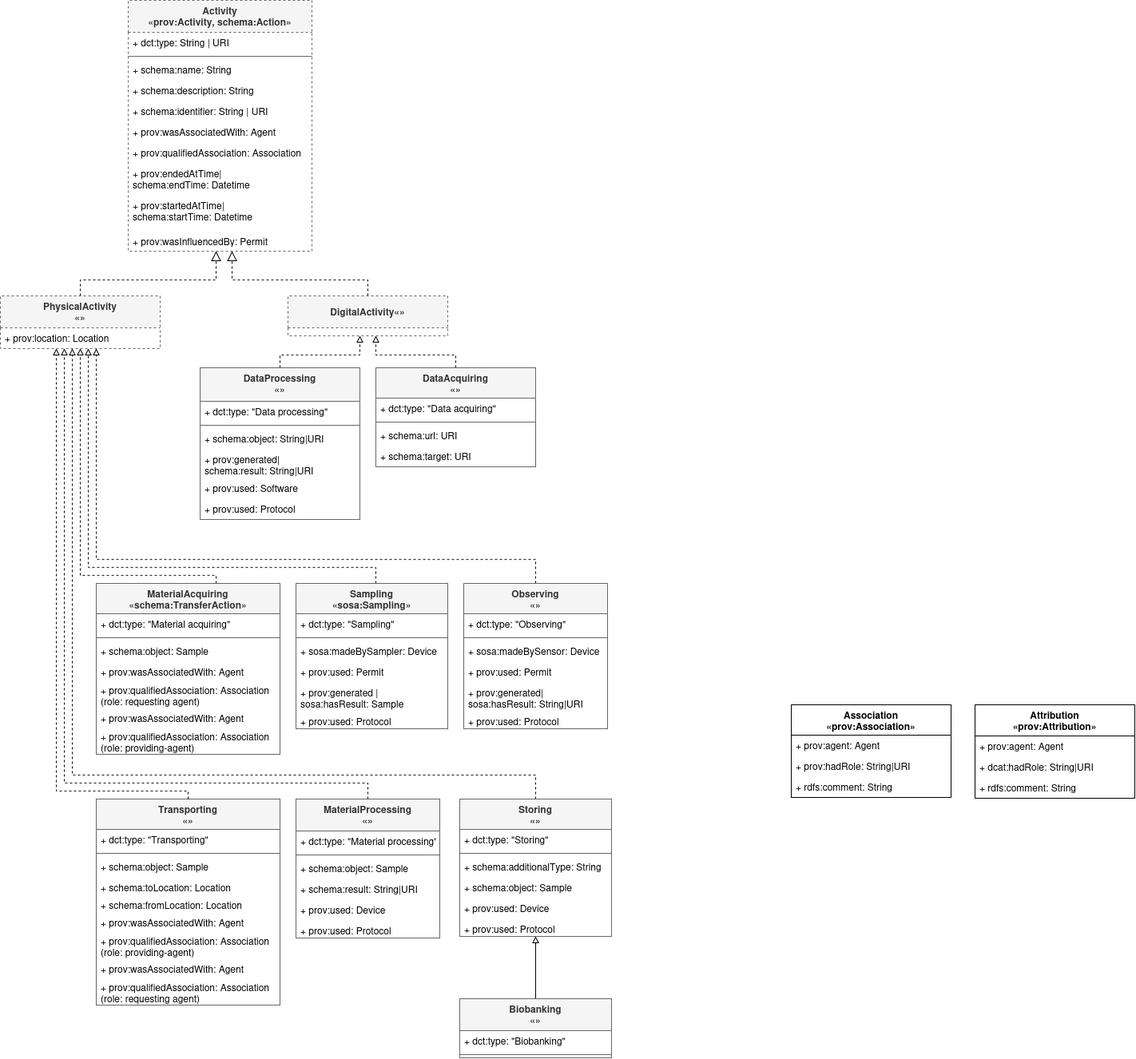
vliz-be-opsci/embrc-prov-model keeps this draw.io diagram as implementations/RDF/diagrams/activities_classes_RDFimplementation.png. Above is the earlier version. Source tidied: cells renumbered, new cells last; positions are measured from the earlier drawing's top-left corner, leaving out a move shared by most shapes.
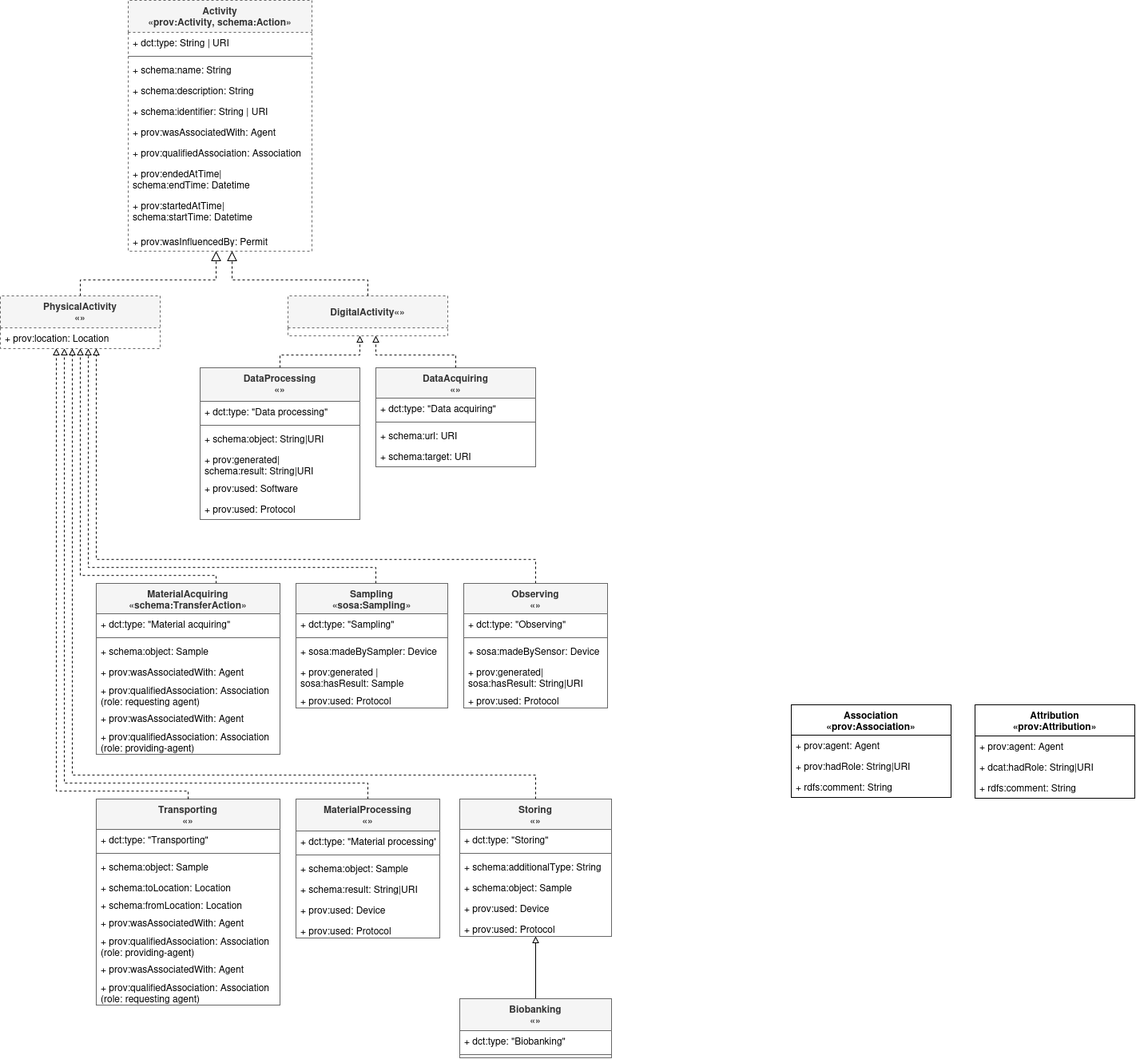
After the commit.

Commit message:
update RDF implementation activities diagram

Diff of the diagram source:
```diff
@@ -237,7 +237,7 @@
       </mxGeometry>
     </mxCell>
     <mxCell id="65" value="Sampling&#10;«sosa:Sampling»" style="swimlane;fontStyle=1;align=center;verticalAlign=top;horizontal=1;startSize=38;fillColor=#f5f5f5;fontColor=#333333;strokeColor=#666666;" parent="1" vertex="1">
-      <mxGeometry x="370" y="730" width="190" height="182" as="geometry" />
+      <mxGeometry x="370" y="730" width="190" height="156" as="geometry" />
     </mxCell>
     <mxCell id="66" value="+ dct:type: &quot;Sampling&quot;" style="text;strokeColor=none;fillColor=none;align=left;verticalAlign=top;spacingLeft=4;spacingRight=4;overflow=hidden;" parent="65" vertex="1">
       <mxGeometry y="38" width="190" height="26" as="geometry" />
@@ -248,14 +248,11 @@
     <mxCell id="68" value="+ sosa:madeBySampler: Device" style="text;strokeColor=none;fillColor=none;align=left;verticalAlign=top;spacingLeft=4;spacingRight=4;overflow=hidden;fillStyle=zigzag-line;" parent="65" vertex="1">
       <mxGeometry y="72" width="190" height="26" as="geometry" />
     </mxCell>
-    <mxCell id="69" value="+ prov:used: Permit" style="text;strokeColor=none;fillColor=none;align=left;verticalAlign=top;spacingLeft=4;spacingRight=4;overflow=hidden;fillStyle=zigzag-line;" parent="65" vertex="1">
-      <mxGeometry y="98" width="190" height="26" as="geometry" />
-    </mxCell>
     <mxCell id="70" value="+ prov:generated |&#10;sosa:hasResult: Sample" style="text;strokeColor=none;fillColor=none;align=left;verticalAlign=top;spacingLeft=4;spacingRight=4;overflow=hidden;fillStyle=zigzag-line;" parent="65" vertex="1">
-      <mxGeometry y="124" width="190" height="36" as="geometry" />
+      <mxGeometry y="98" width="190" height="36" as="geometry" />
     </mxCell>
     <mxCell id="71" value="+ prov:used: Protocol" style="text;strokeColor=none;fillColor=none;align=left;verticalAlign=top;spacingLeft=4;spacingRight=4;overflow=hidden;" parent="65" vertex="1">
-      <mxGeometry y="160" width="190" height="22" as="geometry" />
+      <mxGeometry y="134" width="190" height="22" as="geometry" />
     </mxCell>
     <mxCell id="72" value="MaterialAcquiring&#10;«schema:TransferAction»" style="swimlane;fontStyle=1;align=center;verticalAlign=top;horizontal=1;startSize=38;fillColor=#f5f5f5;fontColor=#333333;strokeColor=#666666;" parent="1" vertex="1">
       <mxGeometry x="120" y="730" width="230" height="214" as="geometry" />
@@ -282,7 +279,7 @@
       <mxGeometry y="178" width="230" height="36" as="geometry" />
     </mxCell>
     <mxCell id="80" value="Observing&#10;«»" style="swimlane;fontStyle=1;align=center;verticalAlign=top;horizontal=1;startSize=38;fillColor=#f5f5f5;fontColor=#333333;strokeColor=#666666;" parent="1" vertex="1">
-      <mxGeometry x="580" y="730" width="180" height="182" as="geometry" />
+      <mxGeometry x="580" y="730" width="180" height="156" as="geometry" />
     </mxCell>
     <mxCell id="81" value="+ dct:type: &quot;Observing&quot;" style="text;strokeColor=none;fillColor=none;align=left;verticalAlign=top;spacingLeft=4;spacingRight=4;overflow=hidden;" parent="80" vertex="1">
       <mxGeometry y="38" width="180" height="26" as="geometry" />
@@ -293,14 +290,11 @@
     <mxCell id="83" value="+ sosa:madeBySensor: Device" style="text;strokeColor=none;fillColor=none;align=left;verticalAlign=top;spacingLeft=4;spacingRight=4;overflow=hidden;fillStyle=zigzag-line;" parent="80" vertex="1">
       <mxGeometry y="72" width="180" height="26" as="geometry" />
     </mxCell>
-    <mxCell id="84" value="+ prov:used: Permit" style="text;strokeColor=none;fillColor=none;align=left;verticalAlign=top;spacingLeft=4;spacingRight=4;overflow=hidden;fillStyle=zigzag-line;" parent="80" vertex="1">
-      <mxGeometry y="98" width="180" height="26" as="geometry" />
-    </mxCell>
     <mxCell id="85" value="+ prov:generated|&#10;sosa:hasResult: String|URI" style="text;strokeColor=none;fillColor=none;align=left;verticalAlign=top;spacingLeft=4;spacingRight=4;overflow=hidden;fillStyle=zigzag-line;" parent="80" vertex="1">
-      <mxGeometry y="124" width="180" height="36" as="geometry" />
+      <mxGeometry y="98" width="180" height="36" as="geometry" />
     </mxCell>
     <mxCell id="86" value="+ prov:used: Protocol" style="text;strokeColor=none;fillColor=none;align=left;verticalAlign=top;spacingLeft=4;spacingRight=4;overflow=hidden;" parent="80" vertex="1">
-      <mxGeometry y="160" width="180" height="22" as="geometry" />
+      <mxGeometry y="134" width="180" height="22" as="geometry" />
     </mxCell>
     <mxCell id="87" value="Association&#10;«prov:Association»" style="swimlane;fontStyle=1;align=center;verticalAlign=top;horizontal=1;startSize=38;" parent="1" vertex="1">
       <mxGeometry x="990" y="882" width="200" height="116" as="geometry" />
```
